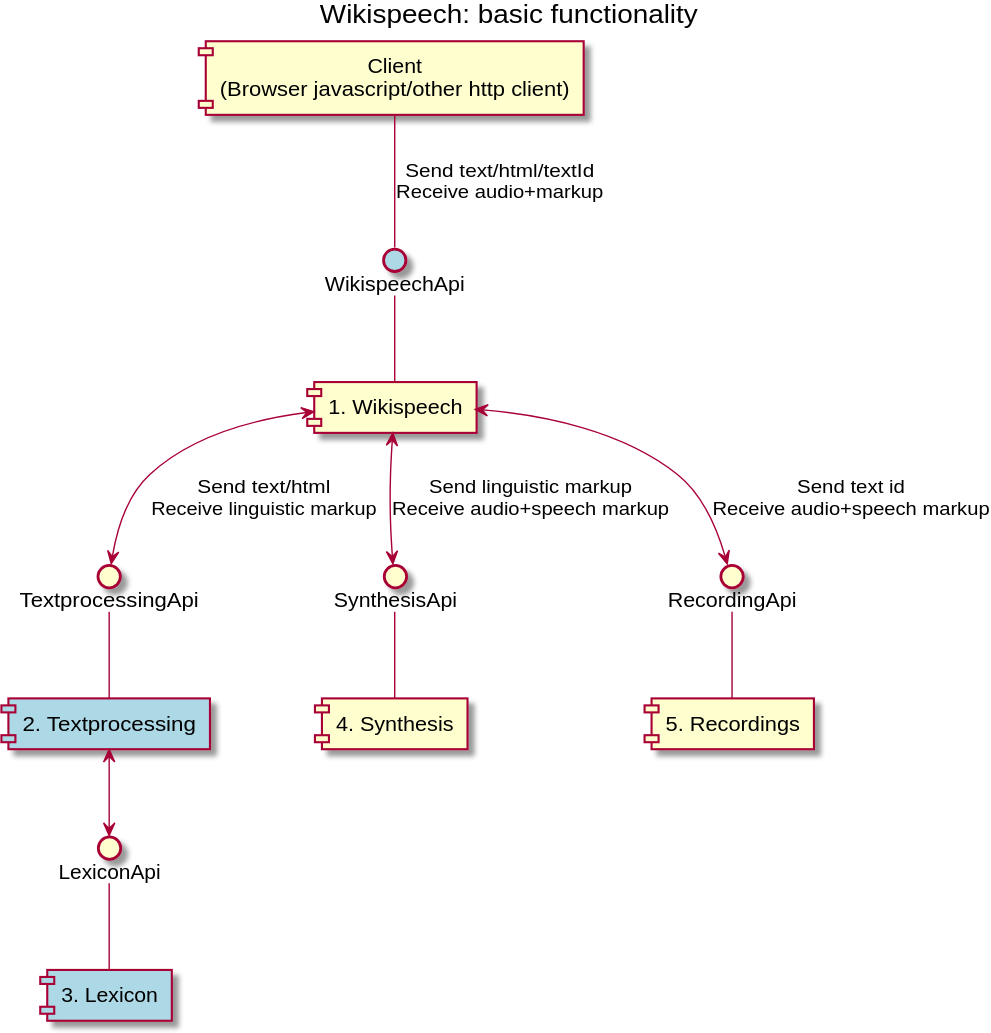
Above: docs/uml/basic.svg in stts-se/wikispeech-server (PlantUML), before the change. Its source is kept beside it as docs/uml/basic.puml.
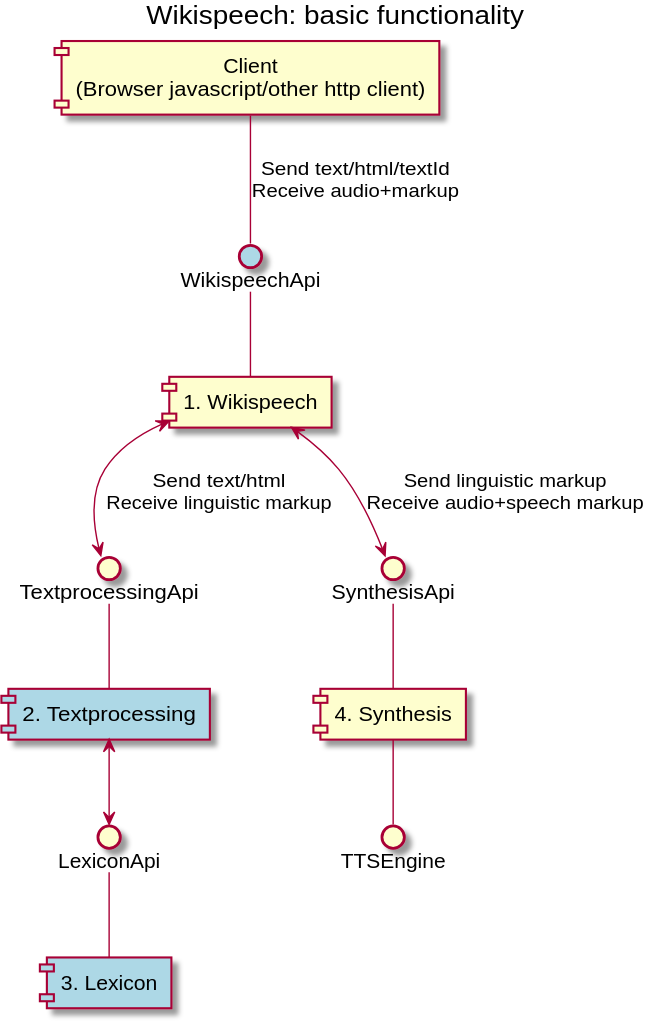
The same file after the commit.

The edit, as a diff of the source:
```diff
@@ -14,7 +14,6 @@
 url of Lexicon is [[Lexicon.svg]]
 
 component "4. Synthesis" as Synthesis
-component "5. Recordings" as Recordings
 
 
 interface WikispeechApi #lightblue
@@ -23,7 +22,6 @@
 interface TextprocessingApi
 interface LexiconApi
 interface SynthesisApi
-interface RecordingApi
 
 Client -- WikispeechApi : "Send text/html/textId\nReceive audio+markup"
 
@@ -37,8 +35,8 @@
 Wikispeech <--> SynthesisApi : "Send linguistic markup\nReceive audio+speech markup"
 SynthesisApi -- Synthesis
 
-Wikispeech <--> RecordingApi : "Send text id\nReceive audio+speech markup"
-RecordingApi -- Recordings
+Synthesis -- TTSEngine
+
 
 
 TextprocessingApi -- Textprocessing
```
